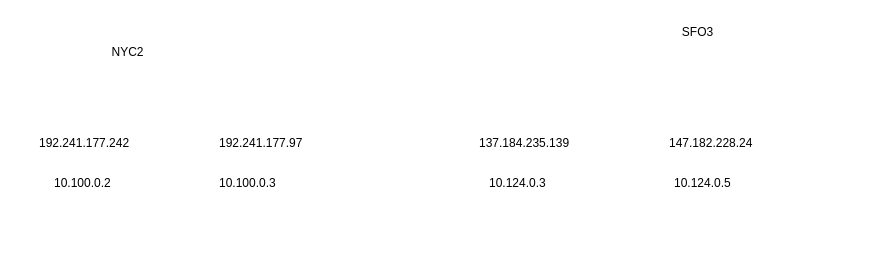
This is 未命名绘图.drawio from fushuang001/ACI, a draw.io file, before an edit. Source tidied: cells renumbered, new cells numbered last; positions are measured from the earlier drawing's top-left corner, leaving out a move shared by most shapes. Both pictures are drawn from the tidied source at 100%, with x=0, y=0 at pixel (37, 17).
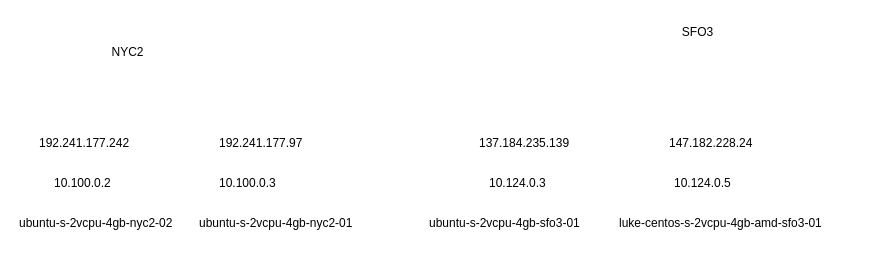
Above is the later version.

Commit message (it also covers changes not shown here):
更新未命名绘图.drawio

The edit, as a diff of the source:
```diff
@@
 <mxGraphModel>
   <root>
     <mxCell id="0" />
     <mxCell id="1" parent="0" />
     <mxCell id="2" value="10.100.0.2" style="text;whiteSpace=wrap;" parent="1" vertex="1">
       <mxGeometry x="15" y="152" width="90" height="40" as="geometry" />
     </mxCell>
     <mxCell id="3" value="192.241.177.242" style="text;whiteSpace=wrap;" parent="1" vertex="1">
       <mxGeometry y="112" width="120" height="40" as="geometry" />
     </mxCell>
     <mxCell id="4" value="NYC2" style="text;html=1;align=center;verticalAlign=middle;strokeColor=none;fillColor=none;" parent="1" vertex="1">
       <mxGeometry x="60" y="20" width="60" height="30" as="geometry" />
     </mxCell>
     <mxCell id="5" value="192.241.177.97" style="text;whiteSpace=wrap;" parent="1" vertex="1">
       <mxGeometry x="180" y="112" width="120" height="40" as="geometry" />
     </mxCell>
     <mxCell id="6" value="10.100.0.3" style="text;whiteSpace=wrap;" parent="1" vertex="1">
       <mxGeometry x="180" y="152" width="90" height="40" as="geometry" />
     </mxCell>
     <mxCell id="7" value="SFO3" style="text;html=1;align=center;verticalAlign=middle;strokeColor=none;fillColor=none;" parent="1" vertex="1">
       <mxGeometry x="635" width="50" height="30" as="geometry" />
     </mxCell>
     <mxCell id="8" value="137.184.235.139" style="text;whiteSpace=wrap;" parent="1" vertex="1">
       <mxGeometry x="440" y="112" width="120" height="40" as="geometry" />
     </mxCell>
     <mxCell id="9" value="10.124.0.3" style="text;whiteSpace=wrap;" parent="1" vertex="1">
       <mxGeometry x="450" y="152" width="90" height="40" as="geometry" />
     </mxCell>
     <mxCell id="10" value="147.182.228.24" style="text;whiteSpace=wrap;" parent="1" vertex="1">
       <mxGeometry x="630" y="112" width="120" height="40" as="geometry" />
     </mxCell>
     <mxCell id="11" value="10.124.0.5" style="text;whiteSpace=wrap;" parent="1" vertex="1">
       <mxGeometry x="635" y="152" width="90" height="40" as="geometry" />
     </mxCell>
+    <mxCell id="12" value="ubuntu-s-2vcpu-4gb-nyc2-02" style="text;whiteSpace=wrap;" parent="1" vertex="1">
+      <mxGeometry x="-20" y="192" width="190" height="40" as="geometry" />
+    </mxCell>
+    <mxCell id="13" value="ubuntu-s-2vcpu-4gb-nyc2-01" style="text;whiteSpace=wrap;" parent="1" vertex="1">
+      <mxGeometry x="160" y="192" width="190" height="40" as="geometry" />
+    </mxCell>
+    <mxCell id="14" value="ubuntu-s-2vcpu-4gb-sfo3-01" style="text;whiteSpace=wrap;" parent="1" vertex="1">
+      <mxGeometry x="390" y="192" width="180" height="40" as="geometry" />
+    </mxCell>
+    <mxCell id="15" value="luke-centos-s-2vcpu-4gb-amd-sfo3-01" style="text;whiteSpace=wrap;" parent="1" vertex="1">
+      <mxGeometry x="580" y="192" width="240" height="40" as="geometry" />
+    </mxCell>
   </root>
 </mxGraphModel>
```
